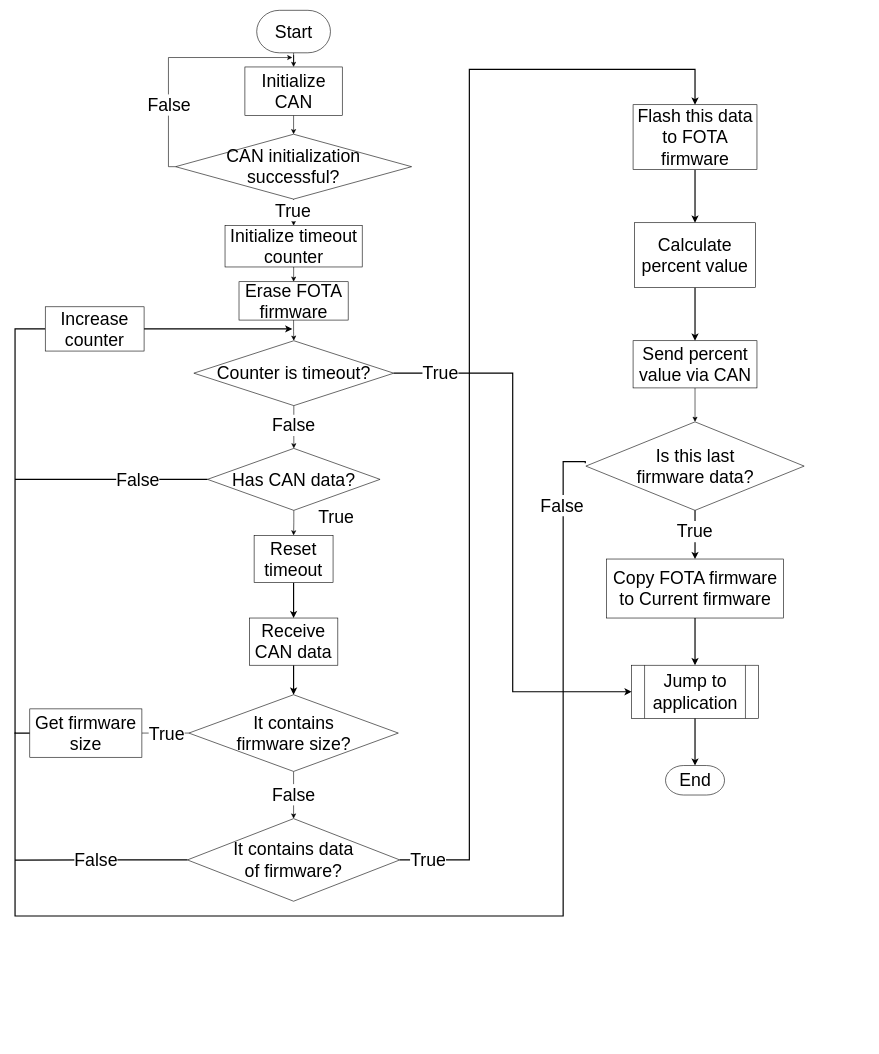
thanhtung386/web_iot_interface keeps this draw.io diagram as page "ECU_Flowchart" (1 of 8) of STM32_01.drawio. Above is the earlier version. Source tidied: cells renumbered, new cells numbered last; positions are measured from the earlier drawing's top-left corner, leaving out a move shared by most shapes. Both pictures are drawn from the tidied source at 59%, with x=0, y=0 at pixel (14, 10).
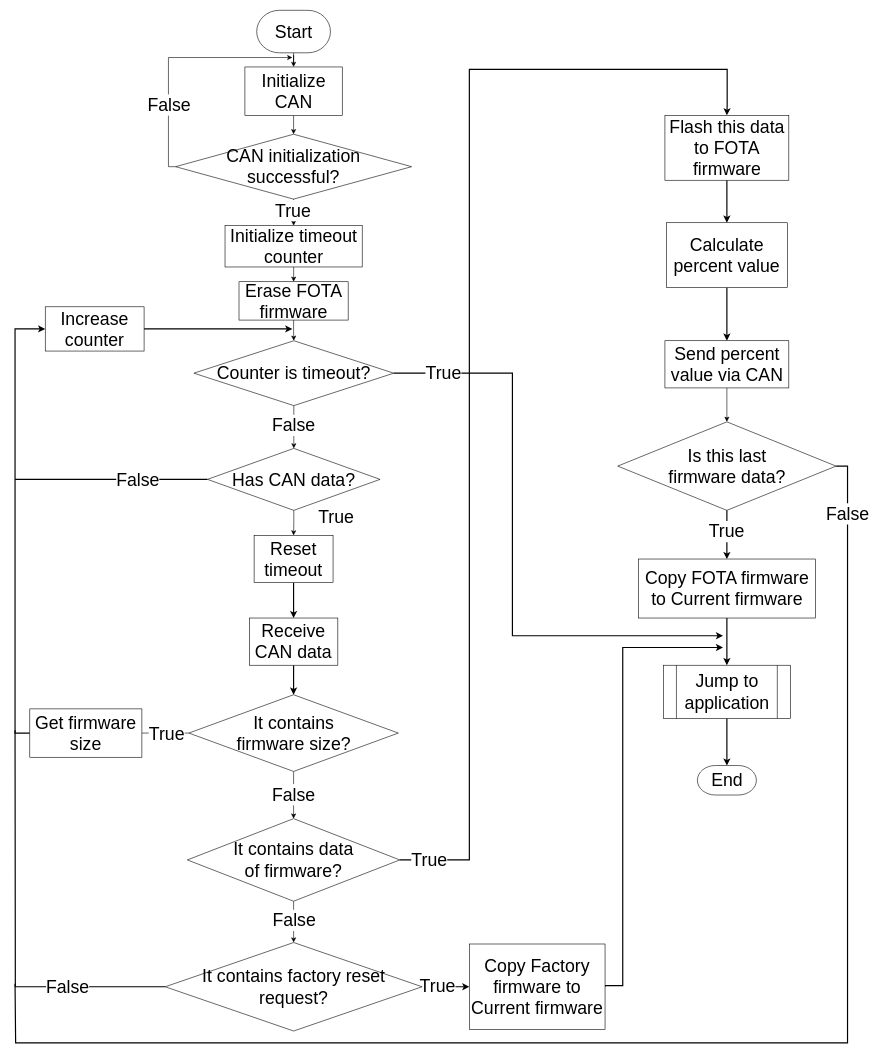
The same page after the edit.

Unchanged cells that the change refers to:
```xml
<mxCell id="17" value="Get firmware size" style="rounded=0;whiteSpace=wrap;html=1;fontSize=30;fontStyle=0;fontFamily=Helvetica;" parent="1" vertex="1">
  <mxGeometry x="26" y="1184" width="190" height="82" as="geometry" />
</mxCell>
<mxCell id="22" value="It contains data&lt;br style=&quot;font-size: 30px;&quot;&gt;of firmware?" style="rhombus;whiteSpace=wrap;html=1;fontSize=30;fontStyle=0;fontFamily=Helvetica;" parent="1" vertex="1">
  <mxGeometry x="293.1" y="1370" width="360" height="140" as="geometry" />
</mxCell>
<mxCell id="34" value="Counter is timeout?" style="whiteSpace=wrap;html=1;strokeWidth=1;shape=mxgraph.flowchart.decision;fontSize=30;fontStyle=0;fontFamily=Helvetica;" parent="1" vertex="1">
  <mxGeometry x="304.1" y="560" width="338.8" height="110" as="geometry" />
</mxCell>
<mxCell id="51" value="Increase counter" style="whiteSpace=wrap;html=1;fontSize=30;fontStyle=0;fontFamily=Helvetica;" parent="1" vertex="1">
  <mxGeometry x="52.2" y="502.5" width="167.5" height="75" as="geometry" />
</mxCell>
```

What changed in the source:
```diff
@@
-    <mxCell id="16" style="edgeStyle=orthogonalEdgeStyle;rounded=0;jettySize=auto;html=1;exitX=0;exitY=0.5;exitDx=0;exitDy=0;entryX=0;entryY=0.5;entryDx=0;entryDy=0;endArrow=none;endFill=0;fontStyle=0;fontSize=30;strokeWidth=2;" parent="1" edge="1" source="17" target="51">
+    <mxCell id="16" style="edgeStyle=orthogonalEdgeStyle;rounded=0;jettySize=auto;html=1;exitX=0;exitY=0.5;exitDx=0;exitDy=0;entryX=0;entryY=0.5;entryDx=0;entryDy=0;endArrow=classic;endFill=1;fontStyle=0;fontSize=30;strokeWidth=2;" parent="1" edge="1" source="17" target="51">
       <mxGeometry relative="1" as="geometry">
         <Array as="points">
           <mxPoint x="1" y="1225" />
           <mxPoint x="1" y="540" />
         </Array>
       </mxGeometry>
     </mxCell>
@@
-    <mxCell id="18" style="edgeStyle=orthogonalEdgeStyle;rounded=0;jettySize=auto;html=1;exitX=1;exitY=0.5;exitDx=0;exitDy=0;entryX=0.5;entryY=0;entryDx=0;entryDy=0;fontStyle=0;fontSize=30;strokeWidth=2;" parent="1" edge="1" source="22" target="24">
+    <mxCell id="18" style="edgeStyle=orthogonalEdgeStyle;rounded=0;jettySize=auto;html=1;exitX=1;exitY=0.5;exitDx=0;exitDy=0;fontStyle=0;fontSize=30;strokeWidth=2;entryX=0.5;entryY=0;entryDx=0;entryDy=0;" parent="1" edge="1" source="22" target="24">
       <mxGeometry relative="1" as="geometry">
         <Array as="points">
           <mxPoint x="771" y="1440" />
           <mxPoint x="771" y="100" />
-          <mxPoint x="1154" y="100" />
+          <mxPoint x="1208" y="100" />
+          <mxPoint x="1208" y="160" />
         </Array>
       </mxGeometry>
     </mxCell>
@@
-    <mxCell id="20" style="edgeStyle=orthogonalEdgeStyle;rounded=0;jettySize=auto;html=1;exitX=0;exitY=0.5;exitDx=0;exitDy=0;endArrow=none;endFill=0;fontStyle=0;strokeWidth=2;" parent="1" edge="1" source="22">
-      <mxGeometry relative="1" as="geometry">
-        <mxPoint x="1" y="1440.4" as="targetPoint" />
-      </mxGeometry>
-    </mxCell>
-    <mxCell id="21" value="False" style="edgeLabel;html=1;align=center;verticalAlign=middle;fontStyle=0;fontSize=30;" parent="20" vertex="1">
-      <mxGeometry x="0.22" relative="1" as="geometry">
-        <mxPoint x="22" y="-1" as="offset" />
-      </mxGeometry>
-    </mxCell>
+    <mxCell id="59" style="edgeStyle=orthogonalEdgeStyle;rounded=0;jettySize=auto;html=1;exitX=0.5;exitY=1;exitDx=0;exitDy=0;entryX=0.5;entryY=0;entryDx=0;entryDy=0;" parent="1" edge="1" source="22" target="67">
+      <mxGeometry relative="1" as="geometry" />
+    </mxCell>
+    <mxCell id="60" value="False" style="edgeLabel;html=1;align=center;verticalAlign=middle;fontSize=30;" parent="59" vertex="1">
+      <mxGeometry x="-0.12" relative="1" as="geometry" />
+    </mxCell>
@@
     <mxCell id="24" value="Flash this data to FOTA firmware" style="rounded=0;whiteSpace=wrap;html=1;fontSize=30;fontStyle=0;fontFamily=Helvetica;" parent="1" vertex="1">
-      <mxGeometry x="1048.5" y="160" width="210" height="110" as="geometry" />
+      <mxGeometry x="1102.5" y="178" width="210" height="110" as="geometry" />
     </mxCell>
@@
     <mxCell id="26" value="Jump to application" style="shape=process;whiteSpace=wrap;html=1;backgroundOutline=1;fontSize=30;fontStyle=0;fontFamily=Helvetica;" parent="1" vertex="1">
-      <mxGeometry x="1046" y="1110" width="215" height="90" as="geometry" />
+      <mxGeometry x="1100" y="1110" width="215" height="90" as="geometry" />
     </mxCell>
     <mxCell id="27" value="End" style="whiteSpace=wrap;html=1;strokeWidth=1;shape=mxgraph.flowchart.terminator;fontSize=30;fontStyle=0;fontFamily=Helvetica;" parent="1" vertex="1">
-      <mxGeometry x="1103.5" y="1280" width="100" height="50" as="geometry" />
+      <mxGeometry x="1157.5" y="1280" width="100" height="50" as="geometry" />
     </mxCell>
@@
-    <mxCell id="32" style="edgeStyle=orthogonalEdgeStyle;rounded=0;jettySize=auto;html=1;exitX=1;exitY=0.5;exitDx=0;exitDy=0;exitPerimeter=0;entryX=0;entryY=0.5;entryDx=0;entryDy=0;fontStyle=0;fontSize=30;strokeWidth=2;" parent="1" edge="1" source="34" target="26">
-      <mxGeometry relative="1" as="geometry" />
+    <mxCell id="32" style="edgeStyle=orthogonalEdgeStyle;rounded=0;jettySize=auto;html=1;exitX=1;exitY=0.5;exitDx=0;exitDy=0;exitPerimeter=0;fontStyle=0;fontSize=30;strokeWidth=2;" parent="1" edge="1" source="34">
+      <mxGeometry relative="1" as="geometry">
+        <mxPoint x="1201" y="1060" as="targetPoint" />
+        <Array as="points">
+          <mxPoint x="844" y="615" />
+          <mxPoint x="844" y="1060" />
+          <mxPoint x="1046" y="1060" />
+        </Array>
+      </mxGeometry>
     </mxCell>
@@
     <mxCell id="40" value="Calculate percent value" style="rounded=0;whiteSpace=wrap;html=1;fontSize=30;fontStyle=0;fontFamily=Helvetica;" parent="1" vertex="1">
-      <mxGeometry x="1051" y="360" width="205" height="110" as="geometry" />
+      <mxGeometry x="1105" y="360" width="205" height="110" as="geometry" />
     </mxCell>
@@
     <mxCell id="42" value="Send percent value via CAN" style="rounded=0;whiteSpace=wrap;html=1;fontSize=30;fontStyle=0;fontFamily=Helvetica;" parent="1" vertex="1">
-      <mxGeometry x="1048.5" y="560" width="210" height="80" as="geometry" />
+      <mxGeometry x="1102.5" y="560" width="210" height="80" as="geometry" />
     </mxCell>
@@
-    <mxCell id="45" style="edgeStyle=orthogonalEdgeStyle;rounded=0;orthogonalLoop=1;jettySize=auto;html=1;exitX=0;exitY=0.5;exitDx=0;exitDy=0;endArrow=none;endFill=0;fontStyle=0;fontSize=30;strokeWidth=2;" parent="1" edge="1">
-      <mxGeometry relative="1" as="geometry">
-        <mxPoint x="967.5" y="767.5" as="sourcePoint" />
-        <mxPoint y="1225" as="targetPoint" />
-        <Array as="points">
-          <mxPoint x="967" y="765" />
-          <mxPoint x="930" y="765" />
-          <mxPoint x="930" y="1535" />
-          <mxPoint x="1" y="1535" />
-          <mxPoint x="1" y="1225" />
-          <mxPoint y="1225" />
-        </Array>
-      </mxGeometry>
-    </mxCell>
-    <mxCell id="46" value="False" style="edgeLabel;html=1;align=center;verticalAlign=middle;fontSize=30;fontStyle=0;" parent="45" vertex="1">
-      <mxGeometry x="-0.89" y="-3" relative="1" as="geometry" />
-    </mxCell>
+    <mxCell id="61" style="edgeStyle=orthogonalEdgeStyle;rounded=0;jettySize=auto;html=1;exitX=1;exitY=0.5;exitDx=0;exitDy=0;endArrow=none;endFill=0;strokeWidth=2;" parent="1" edge="1" source="47">
+      <mxGeometry relative="1" as="geometry">
+        <mxPoint x="1" y="1650" as="targetPoint" />
+        <Array as="points">
+          <mxPoint x="1412" y="773" />
+          <mxPoint x="1412" y="1750" />
+          <mxPoint x="2" y="1750" />
+        </Array>
+      </mxGeometry>
+    </mxCell>
+    <mxCell id="62" value="False" style="edgeLabel;html=1;align=center;verticalAlign=middle;fontSize=30;" parent="61" vertex="1">
+      <mxGeometry x="-0.92" y="-1" relative="1" as="geometry">
+        <mxPoint y="-1" as="offset" />
+      </mxGeometry>
+    </mxCell>
     <mxCell id="47" value="Is this last&lt;br style=&quot;font-size: 30px;&quot;&gt;firmware data?" style="rhombus;whiteSpace=wrap;html=1;fontSize=30;fontStyle=0;fontFamily=Helvetica;" parent="1" vertex="1">
-      <mxGeometry x="968.5" y="697.5" width="370" height="150" as="geometry" />
+      <mxGeometry x="1022.5" y="697.5" width="370" height="150" as="geometry" />
     </mxCell>
@@
     <mxCell id="49" value="Copy FOTA firmware to Current firmware" style="rounded=0;whiteSpace=wrap;html=1;fontSize=30;fontStyle=0;fontFamily=Helvetica;" parent="1" vertex="1">
-      <mxGeometry x="1003.5" y="930" width="300" height="100" as="geometry" />
+      <mxGeometry x="1057.5" y="930" width="300" height="100" as="geometry" />
     </mxCell>
@@
+    <mxCell id="63" style="edgeStyle=orthogonalEdgeStyle;rounded=0;jettySize=auto;html=1;exitX=0;exitY=0.5;exitDx=0;exitDy=0;strokeWidth=2;endArrow=none;endFill=0;" parent="1" edge="1" source="67">
+      <mxGeometry relative="1" as="geometry">
+        <mxPoint x="1" y="1220" as="targetPoint" />
+      </mxGeometry>
+    </mxCell>
+    <mxCell id="64" value="False" style="edgeLabel;html=1;align=center;verticalAlign=middle;fontSize=30;" parent="63" vertex="1">
+      <mxGeometry x="-0.52" y="-1" relative="1" as="geometry">
+        <mxPoint x="-1" as="offset" />
+      </mxGeometry>
+    </mxCell>
+    <mxCell id="65" style="edgeStyle=orthogonalEdgeStyle;rounded=0;jettySize=auto;html=1;strokeWidth=2;" parent="1" edge="1" source="67" target="69">
+      <mxGeometry relative="1" as="geometry" />
+    </mxCell>
+    <mxCell id="66" value="True" style="edgeLabel;html=1;align=center;verticalAlign=middle;fontSize=30;" parent="65" vertex="1">
+      <mxGeometry x="-0.36" y="2" relative="1" as="geometry" />
+    </mxCell>
+    <mxCell id="67" value="It contains factory reset request?" style="rhombus;whiteSpace=wrap;html=1;fontSize=30;fontStyle=0;fontFamily=Helvetica;" parent="1" vertex="1">
+      <mxGeometry x="255.5" y="1580" width="435.4" height="150" as="geometry" />
+    </mxCell>
+    <mxCell id="68" style="edgeStyle=orthogonalEdgeStyle;rounded=0;jettySize=auto;html=1;exitX=1;exitY=0.5;exitDx=0;exitDy=0;strokeWidth=2;" parent="1" edge="1" source="69">
+      <mxGeometry relative="1" as="geometry">
+        <mxPoint x="1201" y="1080" as="targetPoint" />
+        <Array as="points">
+          <mxPoint x="1031" y="1653" />
+          <mxPoint x="1031" y="1080" />
+        </Array>
+      </mxGeometry>
+    </mxCell>
+    <mxCell id="69" value="Copy Factory firmware to Current firmware" style="rounded=0;whiteSpace=wrap;html=1;fontSize=30;fontStyle=0;fontFamily=Helvetica;" parent="1" vertex="1">
+      <mxGeometry x="771" y="1582.5" width="230" height="145" as="geometry" />
+    </mxCell>
```
